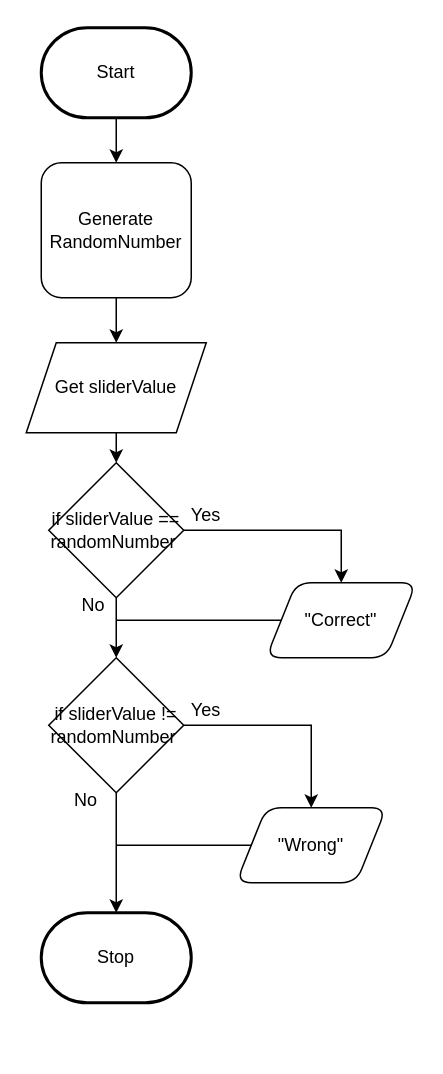
MTHS-ICD2O-1-2023/ICD2O-Unit-5-01-nathan-desilva keeps this draw.io diagram as design/flowchart.drawio. Above is the earlier version. Source tidied: cells renumbered, new cells numbered last; positions are measured from the earlier drawing's top-left corner, leaving out a move shared by most shapes. Both pictures are drawn from the tidied source at 150%, with x=0, y=0 at pixel (26, 27).
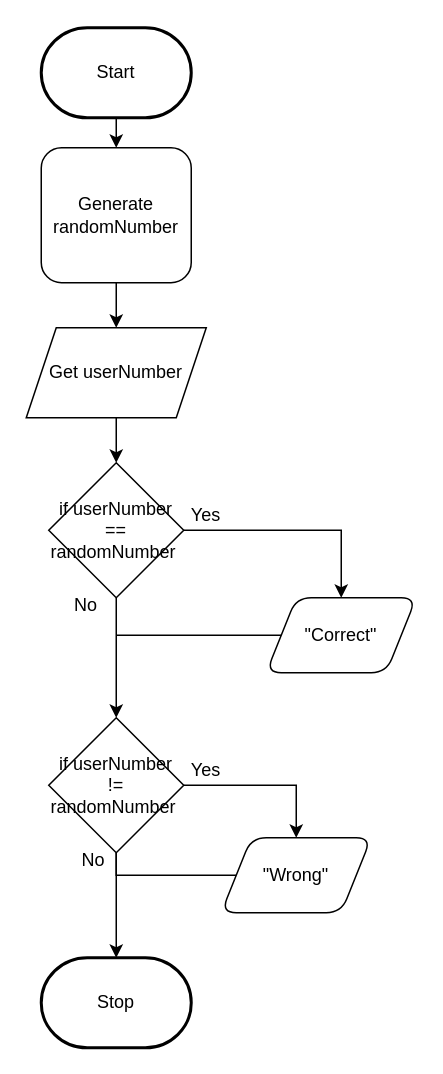
The same diagram, later.

Commit message (it also covers changes not shown here):
copied flowchart

The edit, as a diff of the source:
```diff
@@
     <mxCell id="4" value="Stop" style="strokeWidth=2;html=1;shape=mxgraph.flowchart.terminator;whiteSpace=wrap;" parent="1" vertex="1">
-      <mxGeometry x="10" y="590" width="100" height="60" as="geometry" />
+      <mxGeometry x="10" y="620" width="100" height="60" as="geometry" />
     </mxCell>
@@
-    <mxCell id="6" value="Generate RandomNumber" style="rounded=1;whiteSpace=wrap;html=1;" parent="1" vertex="1">
-      <mxGeometry x="10" y="90" width="100" height="90" as="geometry" />
+    <mxCell id="6" value="Generate randomNumber" style="rounded=1;whiteSpace=wrap;html=1;" parent="1" vertex="1">
+      <mxGeometry x="10" y="80" width="100" height="90" as="geometry" />
     </mxCell>
@@
-    <mxCell id="8" value="Get sliderValue" style="shape=parallelogram;perimeter=parallelogramPerimeter;whiteSpace=wrap;html=1;fixedSize=1;" parent="1" vertex="1">
-      <mxGeometry y="210" width="120" height="60" as="geometry" />
+    <mxCell id="8" value="Get userNumber" style="shape=parallelogram;perimeter=parallelogramPerimeter;whiteSpace=wrap;html=1;fixedSize=1;" parent="1" vertex="1">
+      <mxGeometry y="200" width="120" height="60" as="geometry" />
     </mxCell>
@@
-    <mxCell id="11" value="if sliderValue == randomNumber&amp;nbsp;" style="rhombus;whiteSpace=wrap;html=1;" parent="1" vertex="1">
+    <mxCell id="11" value="if userNumber == randomNumber&amp;nbsp;" style="rhombus;whiteSpace=wrap;html=1;" parent="1" vertex="1">
       <mxGeometry x="15" y="290" width="90" height="90" as="geometry" />
     </mxCell>
     <mxCell id="12" style="edgeStyle=orthogonalEdgeStyle;rounded=0;html=1;endArrow=none;endFill=0;" parent="1" edge="1" source="13">
       <mxGeometry relative="1" as="geometry">
-        <mxPoint x="60" y="395" as="targetPoint" />
+        <mxPoint x="60" y="405" as="targetPoint" />
       </mxGeometry>
     </mxCell>
     <mxCell id="13" value="&quot;Correct&quot;" style="shape=parallelogram;perimeter=parallelogramPerimeter;whiteSpace=wrap;html=1;fixedSize=1;rounded=1;" parent="1" vertex="1">
-      <mxGeometry x="160" y="370" width="100" height="50" as="geometry" />
+      <mxGeometry x="160" y="380" width="100" height="50" as="geometry" />
     </mxCell>
@@
-    <mxCell id="16" value="if sliderValue != randomNumber&amp;nbsp;" style="rhombus;whiteSpace=wrap;html=1;" parent="1" vertex="1">
-      <mxGeometry x="15" y="420" width="90" height="90" as="geometry" />
+    <mxCell id="16" value="if userNumber != randomNumber&amp;nbsp;" style="rhombus;whiteSpace=wrap;html=1;" parent="1" vertex="1">
+      <mxGeometry x="15" y="460" width="90" height="90" as="geometry" />
     </mxCell>
-    <mxCell id="17" style="edgeStyle=orthogonalEdgeStyle;rounded=0;html=1;startArrow=none;startFill=0;endArrow=none;endFill=0;" parent="1" edge="1" source="18">
-      <mxGeometry relative="1" as="geometry">
-        <mxPoint x="60" y="545" as="targetPoint" />
-      </mxGeometry>
-    </mxCell>
+    <mxCell id="23" style="edgeStyle=orthogonalEdgeStyle;rounded=0;html=1;startArrow=none;startFill=0;endArrow=none;endFill=0;entryX=0.5;entryY=1;entryDx=0;entryDy=0;" parent="1" edge="1" source="18" target="16">
+      <mxGeometry relative="1" as="geometry" />
+    </mxCell>
     <mxCell id="18" value="&quot;Wrong&quot;" style="shape=parallelogram;perimeter=parallelogramPerimeter;whiteSpace=wrap;html=1;fixedSize=1;rounded=1;" parent="1" vertex="1">
-      <mxGeometry x="140" y="520" width="100" height="50" as="geometry" />
+      <mxGeometry x="130" y="540" width="100" height="50" as="geometry" />
     </mxCell>
@@
-    <mxCell id="20" value="No" style="text;html=1;strokeColor=none;fillColor=none;align=center;verticalAlign=middle;whiteSpace=wrap;rounded=0;" parent="1" vertex="1">
-      <mxGeometry x="15" y="370" width="60" height="30" as="geometry" />
-    </mxCell>
-    <mxCell id="21" value="No" style="text;html=1;strokeColor=none;fillColor=none;align=center;verticalAlign=middle;whiteSpace=wrap;rounded=0;" parent="1" vertex="1">
-      <mxGeometry x="10" y="500" width="60" height="30" as="geometry" />
-    </mxCell>
     <mxCell id="22" value="Yes" style="text;html=1;strokeColor=none;fillColor=none;align=center;verticalAlign=middle;whiteSpace=wrap;rounded=0;" parent="1" vertex="1">
-      <mxGeometry x="90" y="440" width="60" height="30" as="geometry" />
+      <mxGeometry x="90" y="480" width="60" height="30" as="geometry" />
     </mxCell>
+    <mxCell id="24" value="No" style="text;html=1;strokeColor=none;fillColor=none;align=center;verticalAlign=middle;whiteSpace=wrap;rounded=0;" parent="1" vertex="1">
+      <mxGeometry x="10" y="370" width="60" height="30" as="geometry" />
+    </mxCell>
+    <mxCell id="25" value="No" style="text;html=1;strokeColor=none;fillColor=none;align=center;verticalAlign=middle;whiteSpace=wrap;rounded=0;" parent="1" vertex="1">
+      <mxGeometry x="15" y="540" width="60" height="30" as="geometry" />
+    </mxCell>
```
